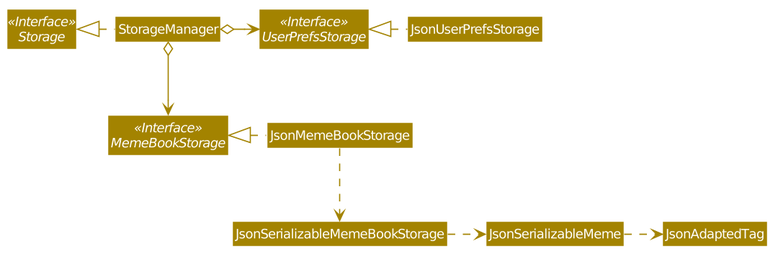
This is docs/images/StorageClassDiagram.png from nus-cs2103-AY1920S1/addressbook-level3, a PlantUML export, as it was before one commit.
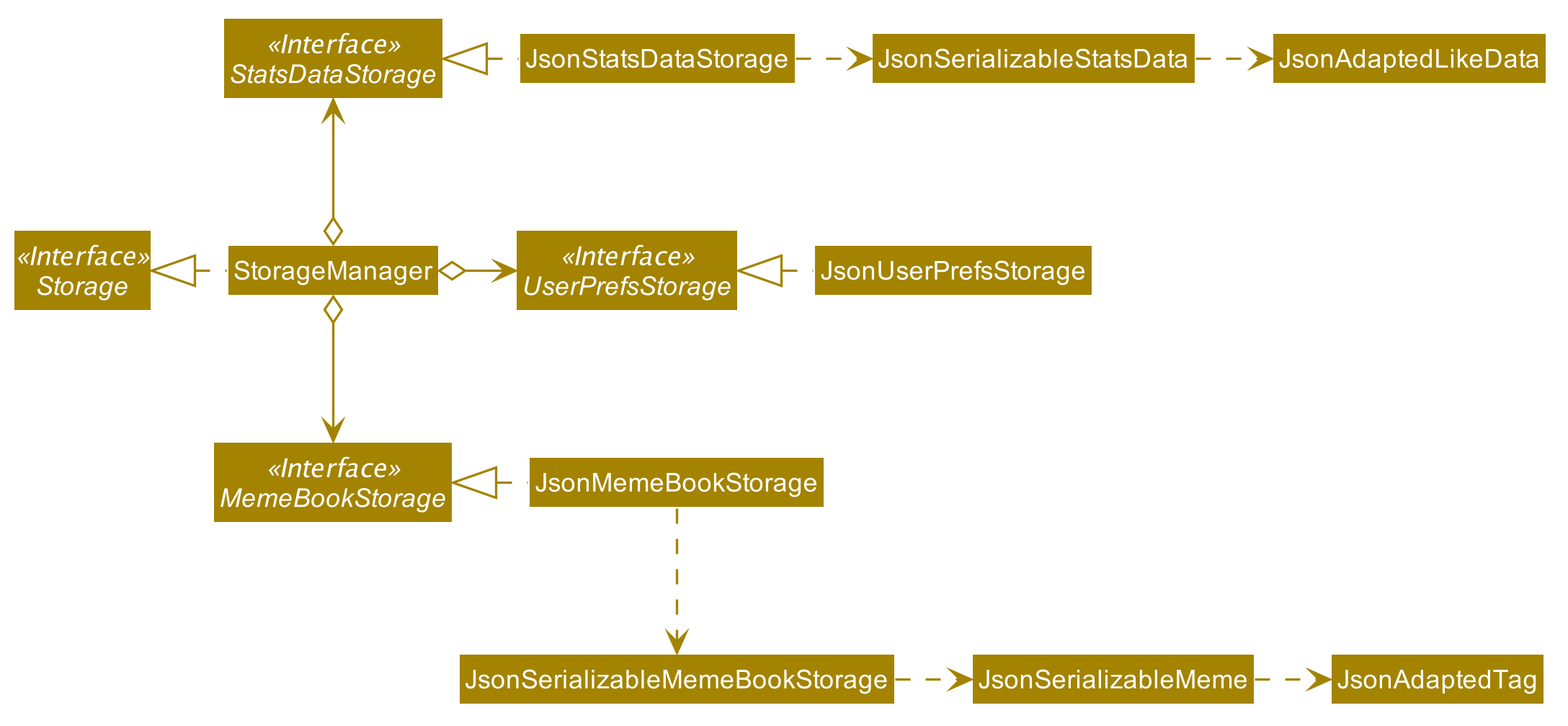
Above is the later version.

What changed in the source:
```diff
@@ -55,18 +55,25 @@
 Interface Storage <<Interface>>
 Interface UserPrefsStorage <<Interface>>
 Interface MemeBookStorage <<Interface>>
+Interface StatsDataStorage <<Interface>>
 
 Class StorageManager
 Class JsonUserPrefsStorage
 Class JsonMemeBookStorage
+class JsonStatsDataStorage
 
 StorageManager .left.|> Storage
 StorageManager o-right-> UserPrefsStorage
 StorageManager o--> MemeBookStorage
+StorageManager o-up-> StatsDataStorage
 
 JsonUserPrefsStorage .left.|> UserPrefsStorage
 JsonMemeBookStorage .left.|> MemeBookStorage
 JsonMemeBookStorage .down.> JsonSerializableMemeBookStorage
 JsonSerializableMemeBookStorage .right.> JsonSerializableMeme
 JsonSerializableMeme .right.> JsonAdaptedTag
+
+JsonStatsDataStorage .left.|> StatsDataStorage
+JsonStatsDataStorage .right.> JsonSerializableStatsData
+JsonSerializableStatsData .right.> JsonAdaptedLikeData
 @enduml
```
